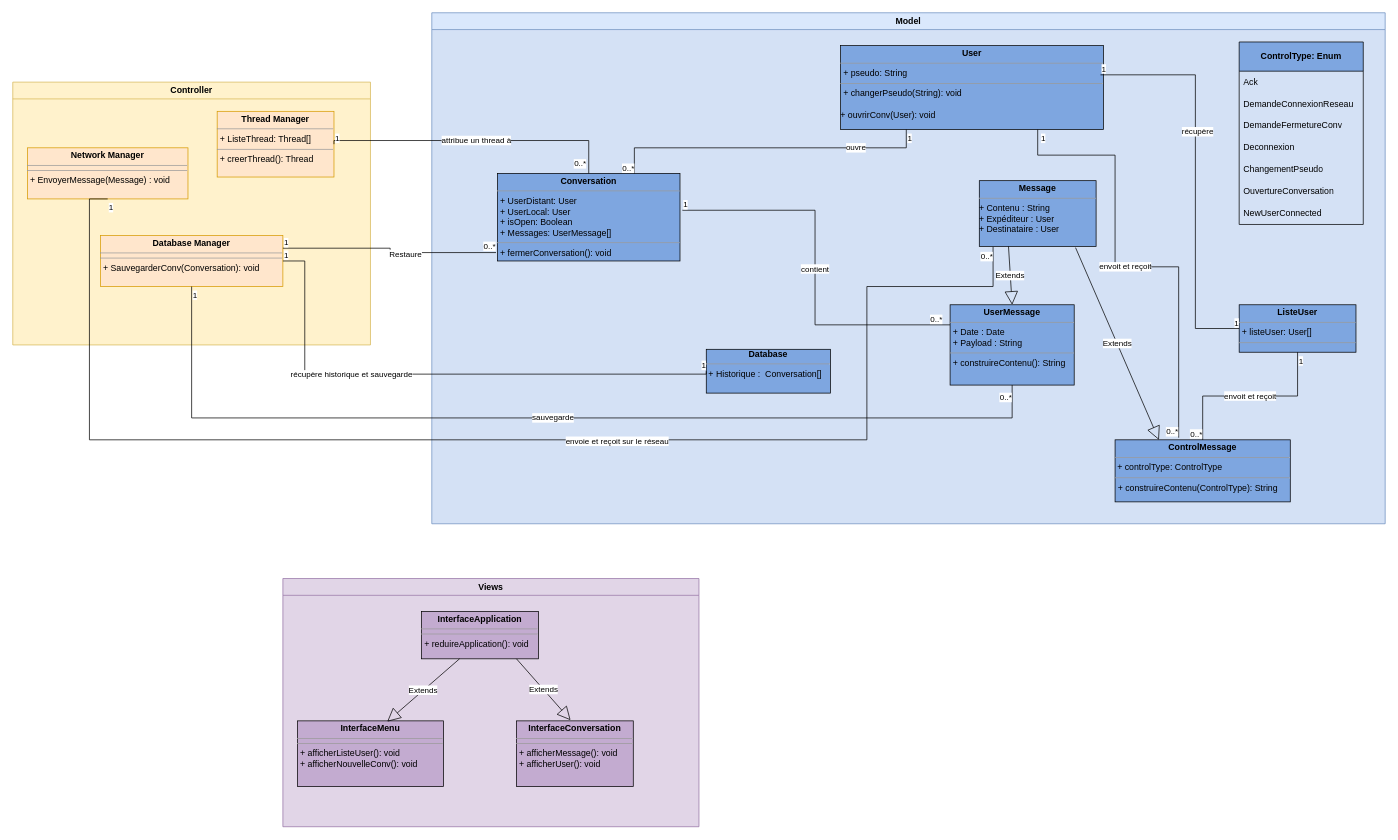
Above: Projet/UML/versions modifiables/diagramme_de_classe.drawio in Newglear/UF_projet_java (draw.io), before the change. Source tidied: cells renumbered, new cells numbered last; positions are measured from the earlier drawing's top-left corner, leaving out a move shared by most shapes. Both pictures are drawn from the tidied source at 73%, with x=0, y=0 at pixel (12, 12).
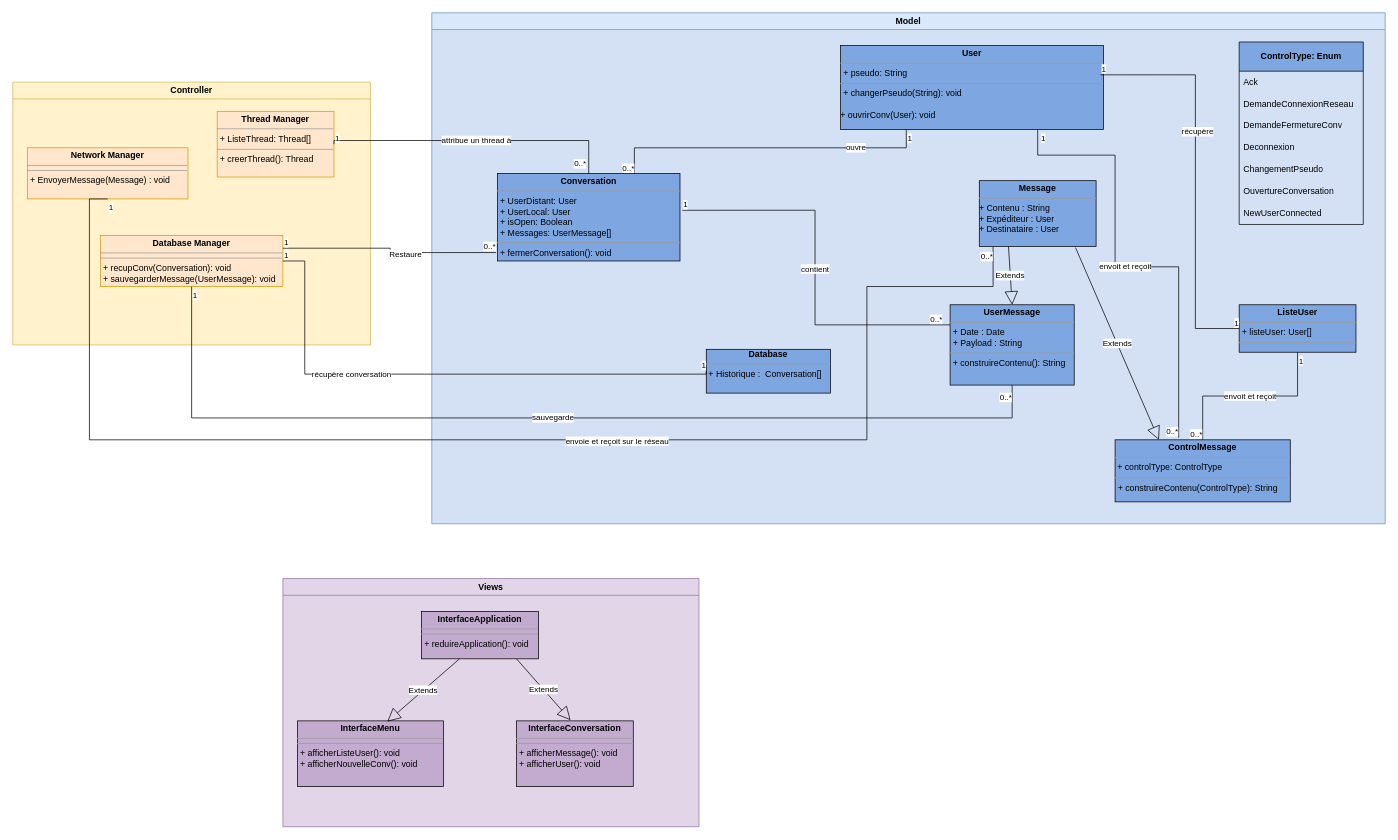
The same diagram, later.

Commit message:
Mettre à jour diagramme_de_classe.drawio

Unchanged cells that the change refers to:
```xml
<mxCell id="2" value="&lt;div&gt;Controller&lt;/div&gt;" style="swimlane;whiteSpace=wrap;html=1;fillColor=#fff2cc;strokeColor=#d6b656;gradientColor=none;swimlaneFillColor=#FFF2CC;" parent="1" vertex="1">
  <mxGeometry y="95" width="490" height="360" as="geometry" />
</mxCell>
<mxCell id="54" style="endArrow=none;html=1;edgeStyle=orthogonalEdgeStyle;rounded=0;entryX=0;entryY=0.5;entryDx=0;entryDy=0;exitX=1;exitY=0.5;exitDx=0;exitDy=0;" parent="1" edge="1" source="4" target="35">
  <mxGeometry relative="1" as="geometry">
    <Array as="points">
      <mxPoint x="400" y="340" />
      <mxPoint x="400" y="495" />
      <mxPoint x="950" y="495" />
    </Array>
  </mxGeometry>
</mxCell>
```

What changed in the source:
```diff
@@
-    <mxCell id="4" value="&lt;p style=&quot;margin:0px;margin-top:4px;text-align:center;&quot;&gt;&lt;b&gt;Database Manager&lt;br&gt;&lt;/b&gt;&lt;/p&gt;&lt;hr size=&quot;1&quot;&gt;&lt;hr size=&quot;1&quot;&gt;&lt;p style=&quot;margin:0px;margin-left:4px;&quot;&gt;+ SauvegarderConv(Conversation): void&lt;br&gt;&lt;/p&gt;" style="verticalAlign=top;align=left;overflow=fill;fontSize=12;fontFamily=Helvetica;html=1;fillColor=#ffe6cc;strokeColor=#d79b00;" parent="2" vertex="1">
+    <mxCell id="4" value="&lt;p style=&quot;margin:0px;margin-top:4px;text-align:center;&quot;&gt;&lt;b&gt;Database Manager&lt;br&gt;&lt;/b&gt;&lt;/p&gt;&lt;hr size=&quot;1&quot;&gt;&lt;hr size=&quot;1&quot;&gt;&lt;p style=&quot;margin:0px;margin-left:4px;&quot;&gt;+ recupConv(Conversation): void&lt;/p&gt;&lt;p style=&quot;margin:0px;margin-left:4px;&quot;&gt;+ sauvegarderMessage(UserMessage): void&lt;br&gt;&lt;/p&gt;" style="verticalAlign=top;align=left;overflow=fill;fontSize=12;fontFamily=Helvetica;html=1;fillColor=#ffe6cc;strokeColor=#d79b00;" parent="2" vertex="1">
       <mxGeometry x="120" y="210" width="250" height="70" as="geometry" />
     </mxCell>
@@
-    <mxCell id="57" value="récupère historique et sauvegarde" style="edgeLabel;html=1;align=center;verticalAlign=middle;" parent="54" vertex="1">
+    <mxCell id="57" value="récupère conversation" style="edgeLabel;html=1;align=center;verticalAlign=middle;" parent="54" vertex="1">
       <mxGeometry x="-0.33" relative="1" as="geometry" />
     </mxCell>
```
